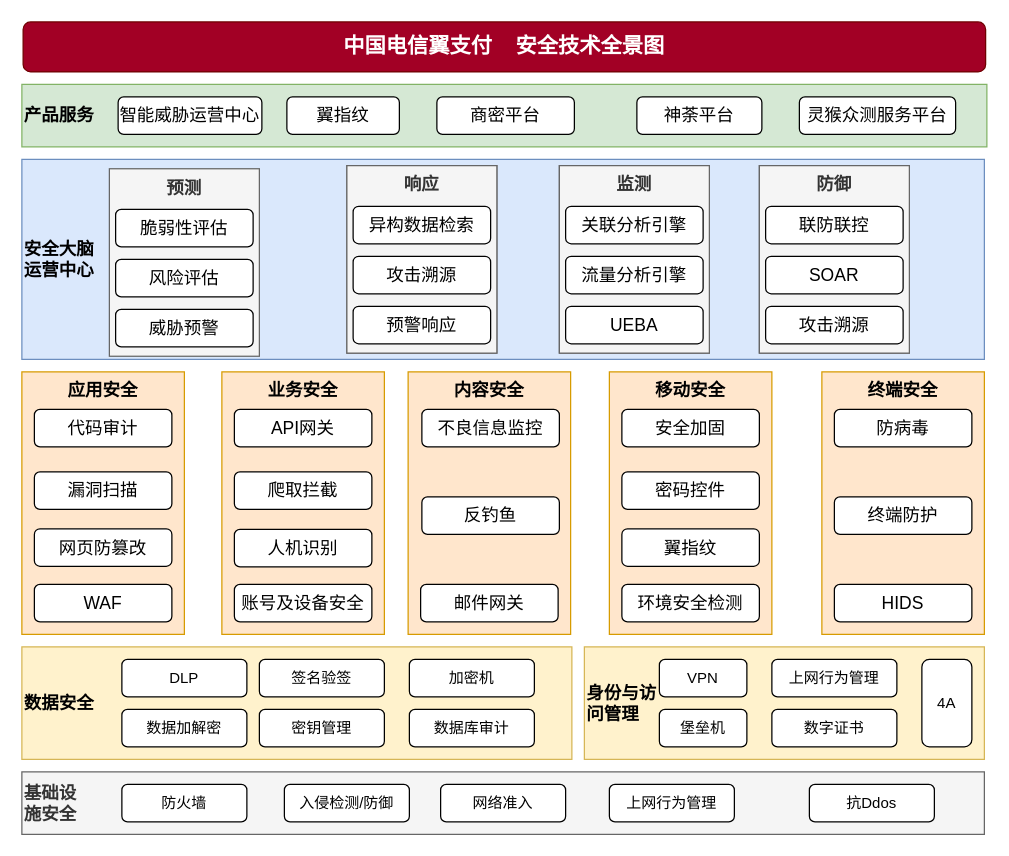
liujianqun/draw keeps this draw.io diagram as 企业安全架构图.drawio. Above is the earlier version. Source tidied: cells renumbered, new cells numbered last; positions are measured from the earlier drawing's top-left corner, leaving out a move shared by most shapes. Both pictures are drawn from the tidied source at 125%, with x=0, y=0 at pixel (21, 21).
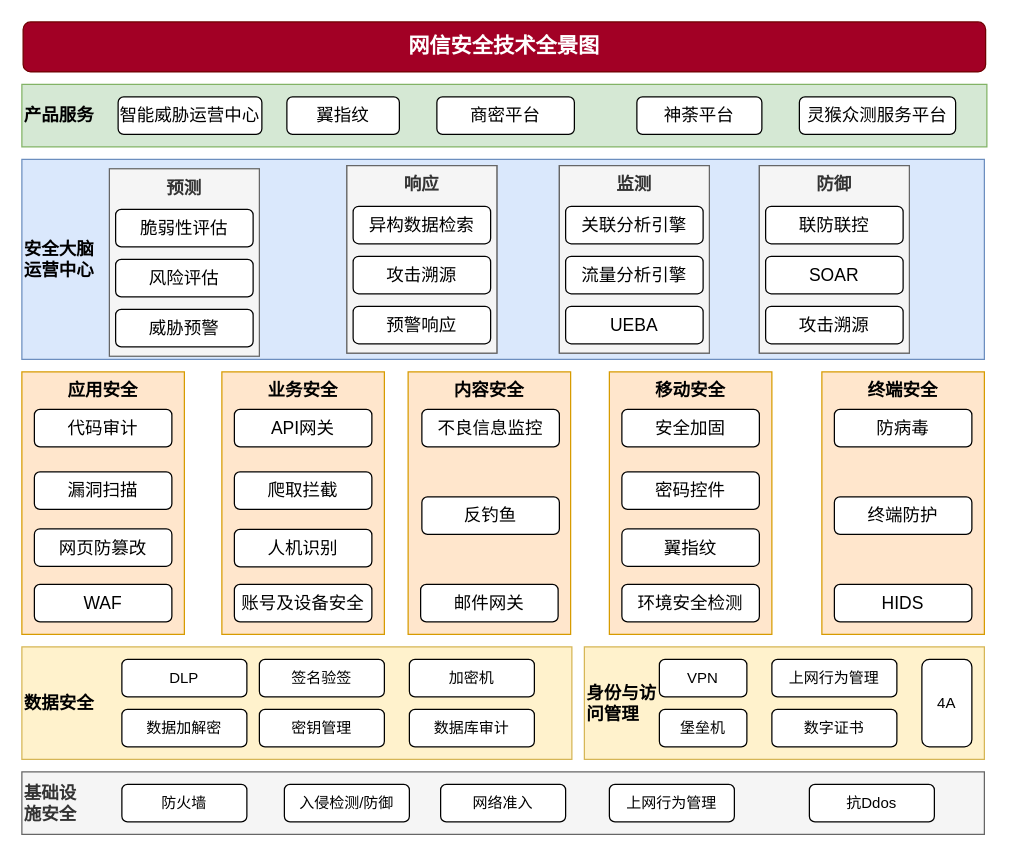
After the change.

Commit message:
Update 企业安全架构图.drawio

The edit, as a diff of the source:
```diff
@@
-    <mxCell id="39" value="中国电信翼支付&amp;nbsp; &amp;nbsp; 安全技术全景图" style="rounded=1;whiteSpace=wrap;html=1;fontSize=17;align=center;fontStyle=1;fillColor=#a20025;strokeColor=#6F0000;fontColor=#ffffff;" parent="1" vertex="1">
+    <mxCell id="39" value="网信安全技术全景图" style="rounded=1;whiteSpace=wrap;html=1;fontSize=17;align=center;fontStyle=1;fillColor=#a20025;strokeColor=#6F0000;fontColor=#ffffff;" parent="1" vertex="1">
       <mxGeometry x="1" width="770" height="40" as="geometry" />
     </mxCell>
```
